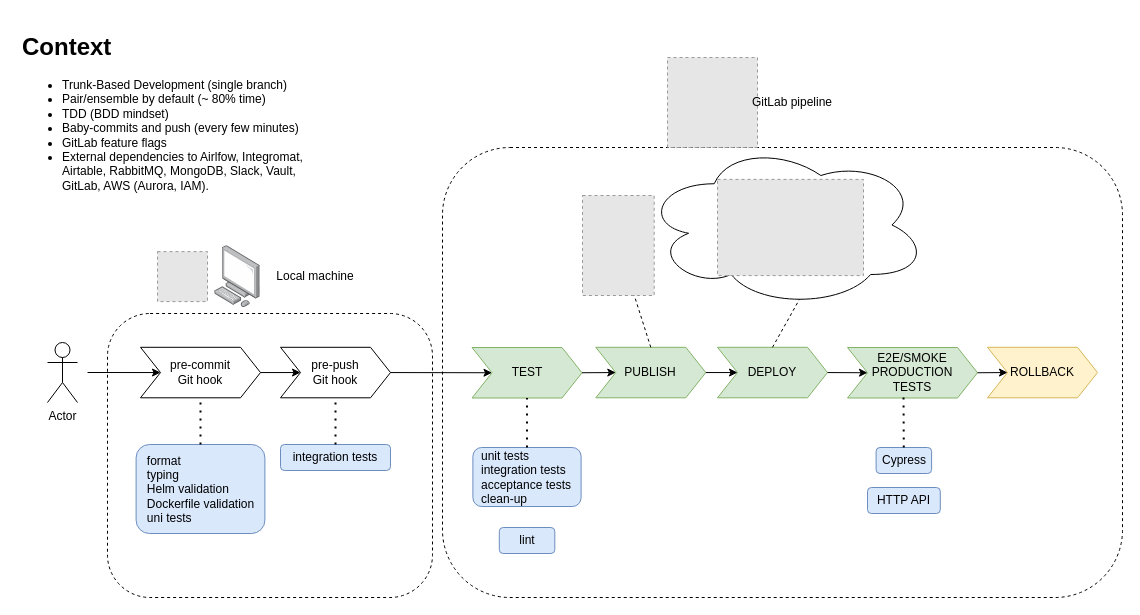
Above: page "Clarity AI" (1 of 2) of talk-master-urjc-continuous-deployment/Charla URJC Despliegue Continuo.drawio in islomar/my-notes (draw.io), before the change. Source tidied: cells renumbered, new cells numbered last; positions are measured from the earlier drawing's top-left corner, leaving out a move shared by most shapes. Both pictures are drawn from the tidied source at 100%, with x=0, y=0 at pixel (17, 27). Pictures stored in the file or linked from it are replaced by grey dashed boxes.
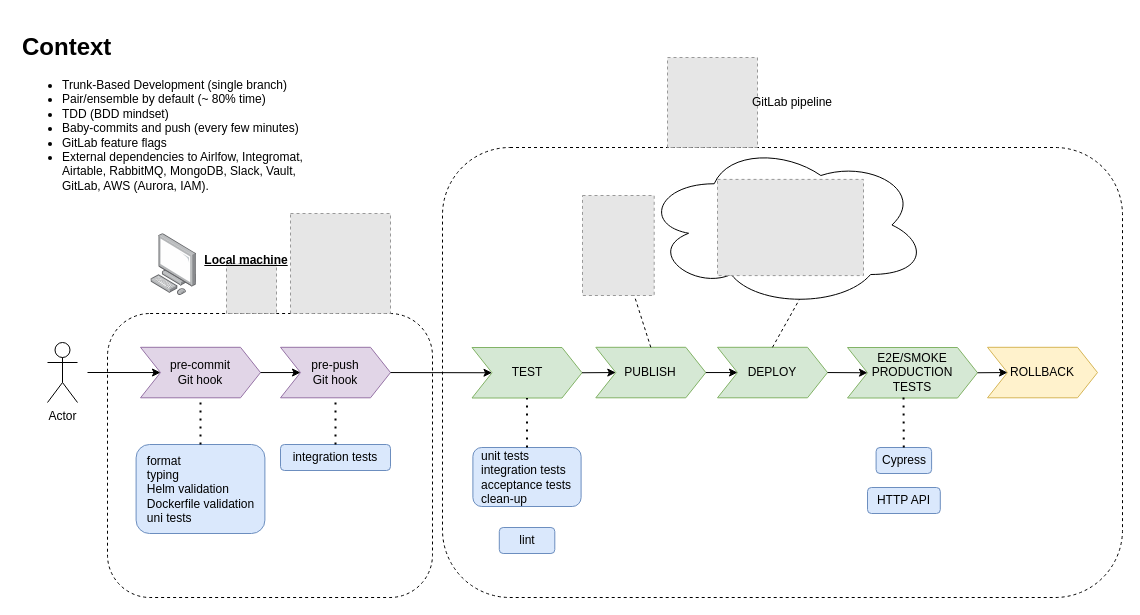
Above is the later version.

Change to the diagram source:
```diff
@@
+    <mxCell id="38" style="rounded=1;whiteSpace=wrap;html=1;dashed=1;fillColor=default;" parent="1" vertex="1">
+      <mxGeometry x="90" y="286" width="325" height="284" as="geometry" />
+    </mxCell>
@@
-    <mxCell id="4" style="fillColor=#E6E6E6;strokeColor=#999999;dashed=1;verticalLabelPosition=bottom;labelBackgroundColor=default;verticalAlign=top;" parent="1" vertex="1">
-      <mxGeometry x="140" y="224.1" width="50" height="50" as="geometry" />
-    </mxCell>
-    <mxCell id="5" style="html=1;align=center;shadow=0;dashed=0;image;image=img/lib/allied_telesis/computer_and_terminals/Personal_Computer.svg;" parent="1" vertex="1">
-      <mxGeometry x="197.2" y="218.2" width="45.6" height="61.8" as="geometry" />
-    </mxCell>
@@
-    <mxCell id="7" value="pre-commit&lt;br&gt;Git hook" style="shape=step;perimeter=stepPerimeter;whiteSpace=wrap;html=1;fixedSize=1;" parent="1" vertex="1">
+    <mxCell id="7" value="pre-commit&lt;br&gt;Git hook" style="shape=step;perimeter=stepPerimeter;whiteSpace=wrap;html=1;fixedSize=1;fillColor=#e1d5e7;strokeColor=#9673a6;" parent="1" vertex="1">
       <mxGeometry x="123" y="319.8" width="120" height="50.5" as="geometry" />
     </mxCell>
@@
-    <mxCell id="11" value="&lt;span style=&quot;&quot;&gt;pre-push&lt;/span&gt;&lt;br style=&quot;&quot;&gt;&lt;span style=&quot;&quot;&gt;Git hook&lt;/span&gt;" style="shape=step;perimeter=stepPerimeter;whiteSpace=wrap;html=1;fixedSize=1;" parent="1" vertex="1">
+    <mxCell id="11" value="&lt;span style=&quot;&quot;&gt;pre-push&lt;/span&gt;&lt;br style=&quot;&quot;&gt;&lt;span style=&quot;&quot;&gt;Git hook&lt;/span&gt;" style="shape=step;perimeter=stepPerimeter;whiteSpace=wrap;html=1;fixedSize=1;fillColor=#e1d5e7;strokeColor=#9673a6;" parent="1" vertex="1">
       <mxGeometry x="263" y="319.8" width="110" height="50.5" as="geometry" />
     </mxCell>
@@
-    <mxCell id="38" style="rounded=1;whiteSpace=wrap;html=1;dashed=1;fillColor=none;" parent="1" vertex="1">
-      <mxGeometry x="90" y="286" width="325" height="284" as="geometry" />
-    </mxCell>
+    <mxCell id="40" style="fillColor=#E6E6E6;strokeColor=#999999;dashed=1;verticalLabelPosition=bottom;labelBackgroundColor=default;verticalAlign=top;" parent="1" vertex="1">
+      <mxGeometry x="209" y="236" width="50" height="50" as="geometry" />
+    </mxCell>
+    <mxCell id="41" style="html=1;align=center;shadow=0;dashed=0;image;image=img/lib/allied_telesis/computer_and_terminals/Personal_Computer.svg;" parent="1" vertex="1">
+      <mxGeometry x="133.4" y="206.2" width="45.6" height="61.8" as="geometry" />
+    </mxCell>
-    <mxCell id="39" value="Local machine" style="text;html=1;strokeColor=none;fillColor=none;align=center;verticalAlign=middle;whiteSpace=wrap;rounded=0;dashed=1;" parent="1" vertex="1">
-      <mxGeometry x="242.8" y="234.1" width="110" height="30" as="geometry" />
+    <mxCell id="39" value="Local machine" style="text;html=1;strokeColor=none;fillColor=none;align=center;verticalAlign=middle;whiteSpace=wrap;rounded=0;dashed=1;fontStyle=5;" parent="1" vertex="1">
+      <mxGeometry x="174" y="218.1" width="110" height="30" as="geometry" />
     </mxCell>
+    <mxCell id="42" style="fillColor=#E6E6E6;strokeColor=#999999;dashed=1;verticalLabelPosition=bottom;labelBackgroundColor=default;verticalAlign=top;" parent="1" vertex="1">
+      <mxGeometry x="273" y="186" width="100" height="100" as="geometry" />
+    </mxCell>
```
